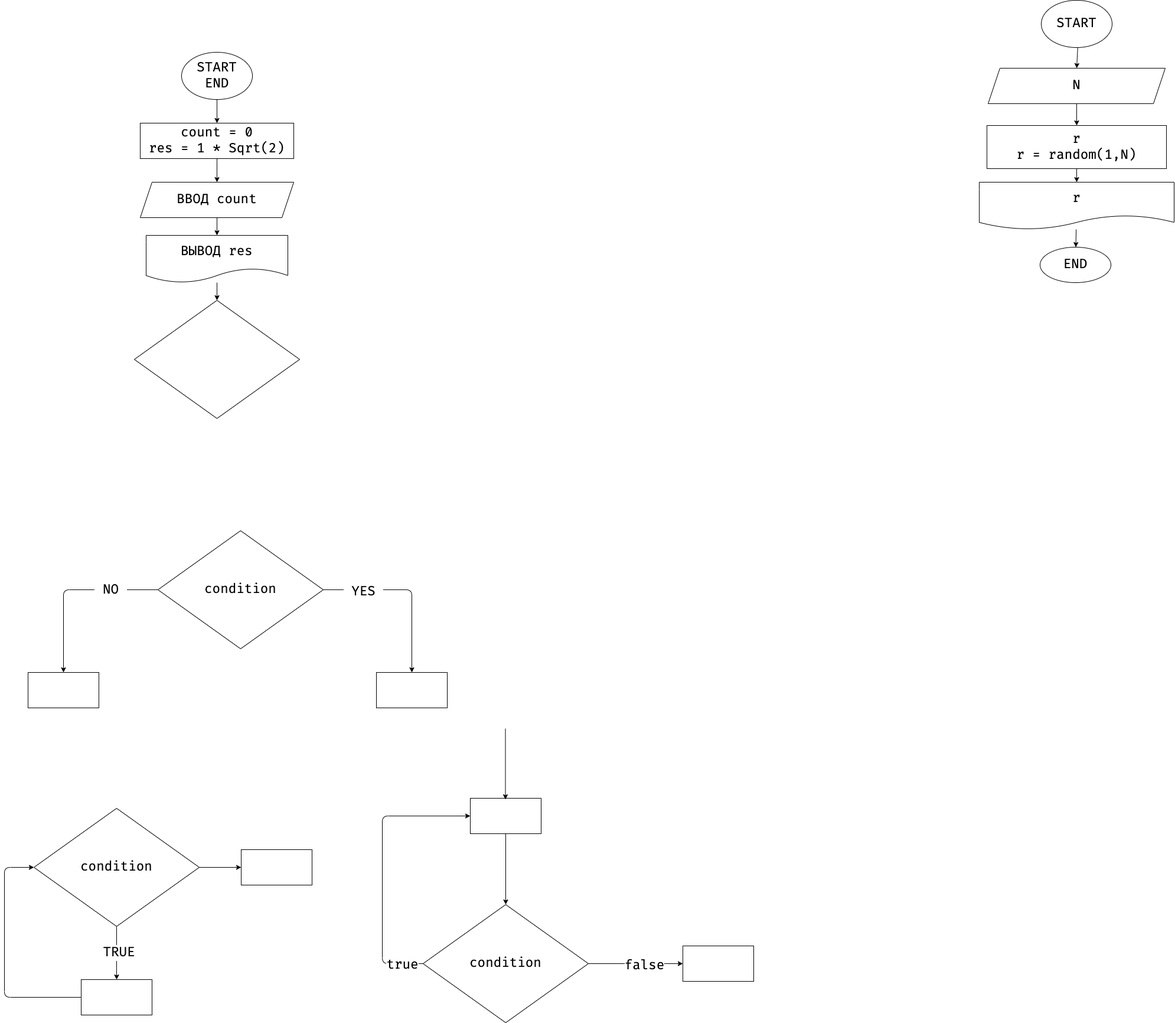
This is ex000.drawio.png from zoya-ivanova/practice_temp, a draw.io export, as it was before one commit. Source tidied: cells renumbered, new cells last; positions are measured from the earlier drawing's top-left corner, leaving out a move shared by most shapes.
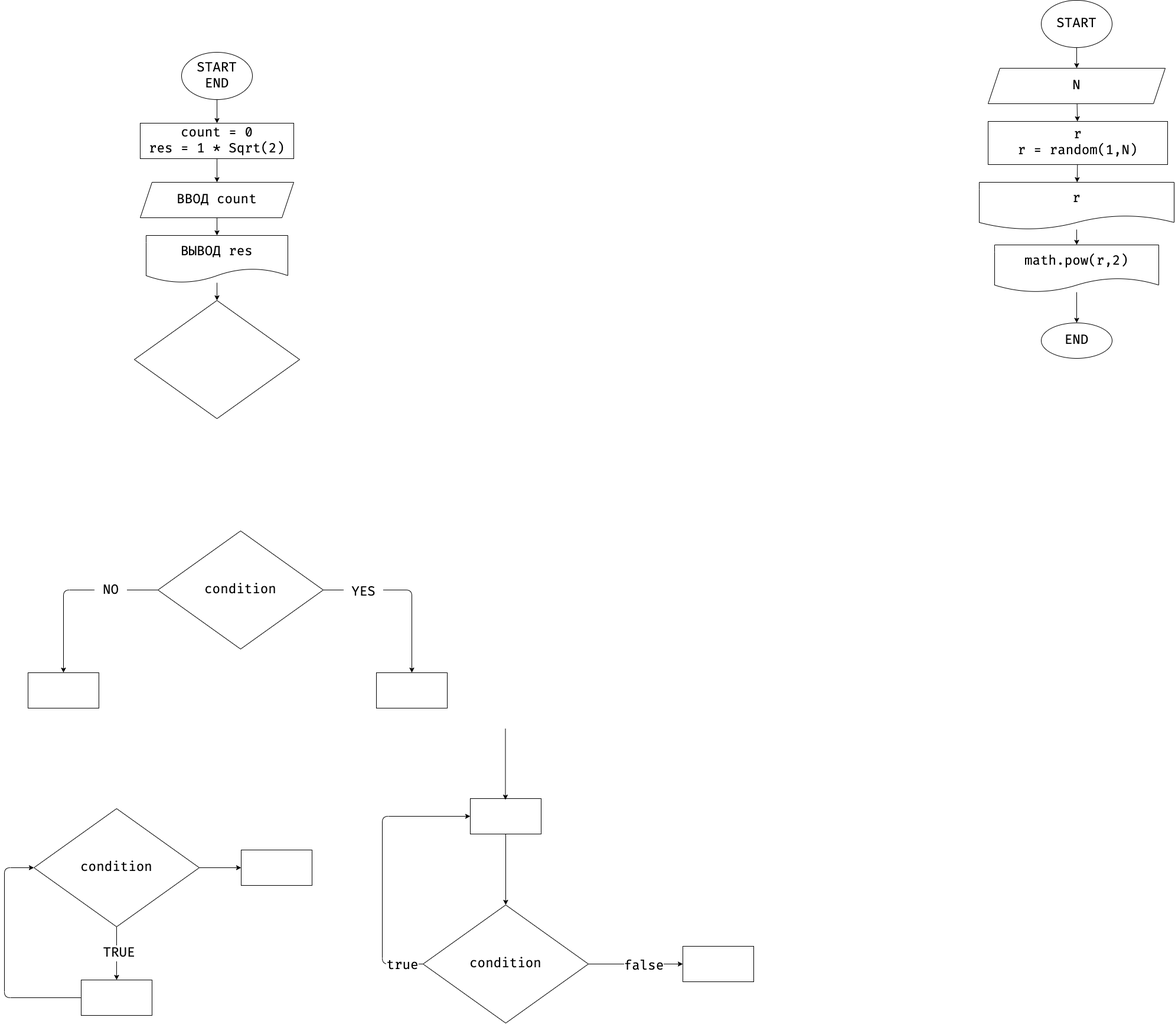
The same diagram one commit later.

Change to the diagram source:
```diff
@@ -135,16 +135,22 @@
       <mxGeometry relative="1" as="geometry" />
     </mxCell>
     <mxCell id="39" value="r&lt;br&gt;r = random(1,N)" style="whiteSpace=wrap;html=1;fontSize=22;fontFamily=Fira Code;" parent="1" vertex="1">
-      <mxGeometry x="1664" y="212" width="304" height="73" as="geometry" />
+      <mxGeometry x="1666" y="205" width="304" height="73" as="geometry" />
     </mxCell>
-    <mxCell id="40" style="edgeStyle=none;html=1;fontFamily=Fira Code;fontSize=22;" parent="1" edge="1" source="41" target="42">
-      <mxGeometry relative="1" as="geometry" />
-    </mxCell>
+    <mxCell id="43" style="edgeStyle=none;html=1;fontFamily=Fira Code;fontSize=22;" parent="1" edge="1" source="41" target="45">
+      <mxGeometry relative="1" as="geometry" />
+    </mxCell>
     <mxCell id="41" value="r" style="shape=document;whiteSpace=wrap;html=1;boundedLbl=1;fontSize=22;fontFamily=Fira Code;" parent="1" vertex="1">
       <mxGeometry x="1651" y="308" width="330" height="80" as="geometry" />
     </mxCell>
+    <mxCell id="44" style="edgeStyle=none;html=1;fontFamily=Fira Code;fontSize=22;" parent="1" edge="1" source="45" target="42">
+      <mxGeometry relative="1" as="geometry" />
+    </mxCell>
+    <mxCell id="45" value="math.pow(r,2)" style="shape=document;whiteSpace=wrap;html=1;boundedLbl=1;fontSize=22;fontFamily=Fira Code;" parent="1" vertex="1">
+      <mxGeometry x="1677" y="414" width="278" height="80" as="geometry" />
+    </mxCell>
     <mxCell id="42" value="END" style="ellipse;whiteSpace=wrap;html=1;fontSize=22;fontFamily=Fira Code;" parent="1" vertex="1">
-      <mxGeometry x="1754" y="418" width="120" height="60" as="geometry" />
+      <mxGeometry x="1756" y="546" width="120" height="60" as="geometry" />
     </mxCell>
   </root>
 </mxGraphModel>
```
